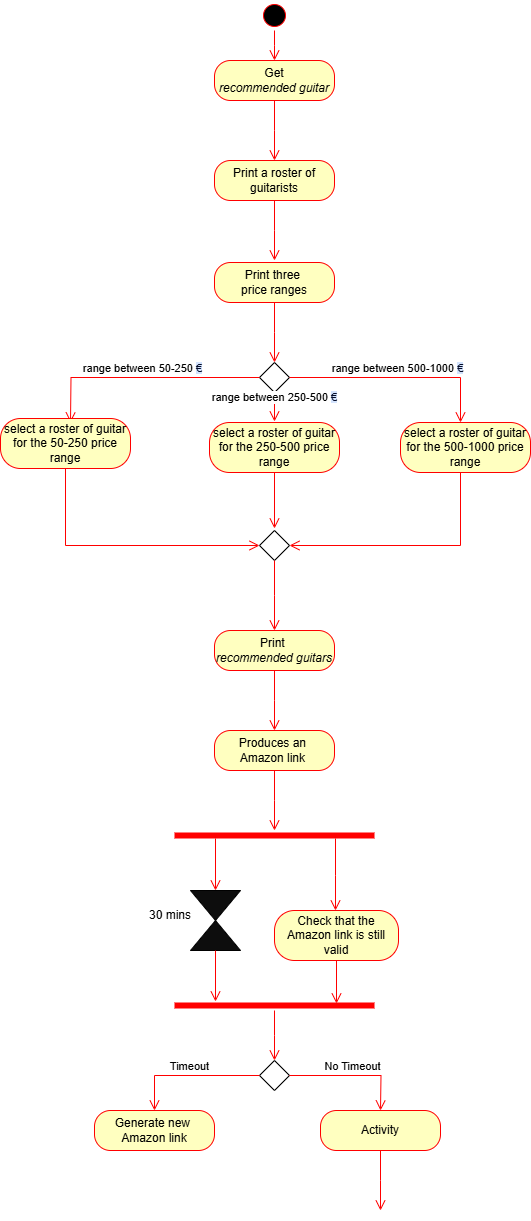
This is ActivityDiagramM.drawio.png from TizianoLilli/ISPW-Project, a draw.io export, as it was before one commit. Source tidied: cells renumbered, new cells last; positions are measured from the earlier drawing's top-left corner, leaving out a move shared by most shapes. Source of this version:
```xml
<mxGraphModel>
  <root>
    <mxCell id="0" />
    <mxCell id="1" parent="0" />
    <mxCell id="2" style="ellipse;html=1;shape=startState;fillColor=#000000;strokeColor=#ff0000;" parent="1" vertex="1">
      <mxGeometry x="259" width="30" height="30" as="geometry" />
    </mxCell>
    <mxCell id="3" style="edgeStyle=orthogonalEdgeStyle;html=1;verticalAlign=bottom;endArrow=open;endSize=8;strokeColor=#ff0000;rounded=0;" parent="1" edge="1" source="2">
      <mxGeometry relative="1" as="geometry">
        <mxPoint x="274" y="60" as="targetPoint" />
      </mxGeometry>
    </mxCell>
    <mxCell id="4" value="Get&lt;br&gt;&lt;i&gt;recommended guitar&lt;/i&gt;" style="rounded=1;whiteSpace=wrap;html=1;arcSize=40;fontColor=#000000;fillColor=#ffffc0;strokeColor=#ff0000;" parent="1" vertex="1">
      <mxGeometry x="214" y="60" width="120" height="40" as="geometry" />
    </mxCell>
    <mxCell id="5" style="edgeStyle=orthogonalEdgeStyle;html=1;verticalAlign=bottom;endArrow=open;endSize=8;strokeColor=#ff0000;rounded=0;" parent="1" edge="1" source="4">
      <mxGeometry relative="1" as="geometry">
        <mxPoint x="274" y="160" as="targetPoint" />
      </mxGeometry>
    </mxCell>
    <mxCell id="6" value="Print three&amp;nbsp;&lt;div&gt;price ranges&lt;/div&gt;" style="rounded=1;whiteSpace=wrap;html=1;arcSize=40;fontColor=#000000;fillColor=#ffffc0;strokeColor=#ff0000;" parent="1" vertex="1">
      <mxGeometry x="214" y="262" width="120" height="40" as="geometry" />
    </mxCell>
    <mxCell id="7" style="edgeStyle=orthogonalEdgeStyle;html=1;verticalAlign=bottom;endArrow=open;endSize=8;strokeColor=#ff0000;rounded=0;" parent="1" edge="1" source="6">
      <mxGeometry relative="1" as="geometry">
        <mxPoint x="274" y="362" as="targetPoint" />
      </mxGeometry>
    </mxCell>
    <mxCell id="8" style="rhombus;whiteSpace=wrap;html=1;" parent="1" vertex="1">
      <mxGeometry x="259" y="362" width="30" height="30" as="geometry" />
    </mxCell>
    <mxCell id="9" value="range between 500-1000&amp;nbsp;&lt;span style=&quot;text-wrap-mode: wrap; background-image: linear-gradient(90deg, rgb(211, 227, 253) 50%, rgba(0, 0, 0, 0) 50%); background-position: 0% 0px; background-size: 200% 100%; background-repeat: no-repeat; background-attachment: initial; background-origin: initial; background-clip: initial; color: rgb(4, 12, 40); animation: 0.75s cubic-bezier(0.05, 0.7, 0.1, 1) 0.25s 1 normal forwards running highlight; text-align: left;&quot;&gt;€&lt;/span&gt;" style="edgeStyle=orthogonalEdgeStyle;html=1;verticalAlign=bottom;endArrow=open;endSize=8;strokeColor=#ff0000;rounded=0;exitX=1;exitY=0.5;exitDx=0;exitDy=0;" parent="1" edge="1" source="8">
      <mxGeometry relative="1" as="geometry">
        <mxPoint x="460" y="422" as="targetPoint" />
        <Array as="points">
          <mxPoint x="460" y="377" />
          <mxPoint x="460" y="422" />
        </Array>
      </mxGeometry>
    </mxCell>
    <mxCell id="10" style="edgeStyle=orthogonalEdgeStyle;html=1;verticalAlign=bottom;endArrow=open;endSize=8;strokeColor=#ff0000;rounded=0;entryX=1;entryY=0.5;entryDx=0;entryDy=0;" parent="1" edge="1" target="20">
      <mxGeometry relative="1" as="geometry">
        <mxPoint x="460" y="458" as="sourcePoint" />
        <Array as="points">
          <mxPoint x="460" y="545" />
        </Array>
      </mxGeometry>
    </mxCell>
    <mxCell id="11" value="range between 250-500&amp;nbsp;&lt;span style=&quot;text-wrap-mode: wrap; background-image: linear-gradient(90deg, rgb(211, 227, 253) 50%, rgba(0, 0, 0, 0) 50%); background-position: 0% 0px; background-size: 200% 100%; background-repeat: no-repeat; background-attachment: initial; background-origin: initial; background-clip: initial; color: rgb(4, 12, 40); animation: 0.75s cubic-bezier(0.05, 0.7, 0.1, 1) 0.25s 1 normal forwards running highlight; text-align: left;&quot;&gt;€&lt;/span&gt;" style="edgeStyle=orthogonalEdgeStyle;html=1;verticalAlign=bottom;endArrow=open;endSize=8;strokeColor=#ff0000;rounded=0;exitX=0.5;exitY=1;exitDx=0;exitDy=0;" parent="1" edge="1">
      <mxGeometry relative="1" as="geometry">
        <mxPoint x="274" y="391" as="sourcePoint" />
        <mxPoint x="274" y="421" as="targetPoint" />
      </mxGeometry>
    </mxCell>
    <mxCell id="12" style="edgeStyle=orthogonalEdgeStyle;html=1;verticalAlign=bottom;endArrow=open;endSize=8;strokeColor=#ff0000;rounded=0;" parent="1" edge="1">
      <mxGeometry relative="1" as="geometry">
        <mxPoint x="274" y="458" as="sourcePoint" />
        <mxPoint x="274" y="528" as="targetPoint" />
      </mxGeometry>
    </mxCell>
    <mxCell id="13" value="range between 50-250&amp;nbsp;&lt;span style=&quot;background-image: linear-gradient(90deg, rgb(211, 227, 253) 50%, rgba(0, 0, 0, 0) 50%); background-position: 0% 0px; background-size: 200% 100%; background-repeat: no-repeat; background-attachment: initial; background-origin: initial; background-clip: initial; color: rgb(4, 12, 40); animation: 0.75s cubic-bezier(0.05, 0.7, 0.1, 1) 0.25s 1 normal forwards running highlight; text-align: left; text-wrap-mode: wrap; background-color: rgb(255, 255, 255);&quot;&gt;&lt;font style=&quot;font-size: 11px;&quot;&gt;€&lt;/font&gt;&lt;/span&gt;" style="edgeStyle=orthogonalEdgeStyle;html=1;verticalAlign=bottom;endArrow=open;endSize=8;strokeColor=#ff0000;rounded=0;exitX=0;exitY=0.5;exitDx=0;exitDy=0;" parent="1" edge="1" source="8">
      <mxGeometry relative="1" as="geometry">
        <mxPoint x="70" y="422" as="targetPoint" />
      </mxGeometry>
    </mxCell>
    <mxCell id="14" value="select a roster of guitar for the 50-250 price range" style="rounded=1;whiteSpace=wrap;html=1;arcSize=40;fontColor=#000000;fillColor=#ffffc0;strokeColor=#ff0000;" parent="1" vertex="1">
      <mxGeometry y="418" width="130" height="50" as="geometry" />
    </mxCell>
    <mxCell id="15" style="edgeStyle=orthogonalEdgeStyle;html=1;verticalAlign=bottom;endArrow=open;endSize=8;strokeColor=#ff0000;rounded=0;entryX=0;entryY=0.5;entryDx=0;entryDy=0;" parent="1" edge="1" target="20">
      <mxGeometry relative="1" as="geometry">
        <mxPoint x="65" y="468" as="sourcePoint" />
        <Array as="points">
          <mxPoint x="65" y="545" />
        </Array>
      </mxGeometry>
    </mxCell>
    <mxCell id="16" value="select a roster of guitar for the 250-500 price range" style="rounded=1;whiteSpace=wrap;html=1;arcSize=40;fontColor=#000000;fillColor=#ffffc0;strokeColor=#ff0000;" parent="1" vertex="1">
      <mxGeometry x="209" y="422" width="130" height="50" as="geometry" />
    </mxCell>
    <mxCell id="17" value="select a roster of guitar for the 500-1000 price range" style="rounded=1;whiteSpace=wrap;html=1;arcSize=40;fontColor=#000000;fillColor=#ffffc0;strokeColor=#ff0000;" parent="1" vertex="1">
      <mxGeometry x="400" y="422" width="130" height="50" as="geometry" />
    </mxCell>
    <mxCell id="18" value="Print a roster of guitarists" style="rounded=1;whiteSpace=wrap;html=1;arcSize=40;fontColor=#000000;fillColor=#ffffc0;strokeColor=#ff0000;" parent="1" vertex="1">
      <mxGeometry x="214" y="160" width="120" height="40" as="geometry" />
    </mxCell>
    <mxCell id="19" style="edgeStyle=orthogonalEdgeStyle;html=1;verticalAlign=bottom;endArrow=open;endSize=8;strokeColor=#ff0000;rounded=0;" parent="1" edge="1" source="18">
      <mxGeometry relative="1" as="geometry">
        <mxPoint x="274" y="260" as="targetPoint" />
      </mxGeometry>
    </mxCell>
    <mxCell id="20" style="rhombus;whiteSpace=wrap;html=1;" parent="1" vertex="1">
      <mxGeometry x="259" y="530" width="30" height="30" as="geometry" />
    </mxCell>
    <mxCell id="21" style="edgeStyle=orthogonalEdgeStyle;html=1;verticalAlign=bottom;endArrow=open;endSize=8;strokeColor=#ff0000;rounded=0;exitX=0.5;exitY=1;exitDx=0;exitDy=0;" parent="1" edge="1" source="20">
      <mxGeometry relative="1" as="geometry">
        <mxPoint x="274" y="630" as="targetPoint" />
      </mxGeometry>
    </mxCell>
    <mxCell id="22" value="Print&amp;nbsp;&lt;div&gt;&lt;i&gt;recommended guitars&lt;/i&gt;&lt;/div&gt;" style="rounded=1;whiteSpace=wrap;html=1;arcSize=40;fontColor=#000000;fillColor=#ffffc0;strokeColor=#ff0000;" parent="1" vertex="1">
      <mxGeometry x="214" y="630" width="120" height="40" as="geometry" />
    </mxCell>
    <mxCell id="23" style="edgeStyle=orthogonalEdgeStyle;html=1;verticalAlign=bottom;endArrow=open;endSize=8;strokeColor=#ff0000;rounded=0;" parent="1" edge="1" source="22">
      <mxGeometry relative="1" as="geometry">
        <mxPoint x="274" y="730" as="targetPoint" />
      </mxGeometry>
    </mxCell>
    <mxCell id="24" value="Produces an&amp;nbsp;&lt;div&gt;Amazon link&amp;nbsp;&lt;/div&gt;" style="rounded=1;whiteSpace=wrap;html=1;arcSize=40;fontColor=#000000;fillColor=#ffffc0;strokeColor=#ff0000;" parent="1" vertex="1">
      <mxGeometry x="214" y="730" width="120" height="40" as="geometry" />
    </mxCell>
    <mxCell id="25" style="edgeStyle=orthogonalEdgeStyle;html=1;verticalAlign=bottom;endArrow=open;endSize=8;strokeColor=#ff0000;rounded=0;" parent="1" edge="1" source="24">
      <mxGeometry relative="1" as="geometry">
        <mxPoint x="274" y="830" as="targetPoint" />
      </mxGeometry>
    </mxCell>
    <mxCell id="26" style="shape=line;html=1;strokeWidth=6;strokeColor=#ff0000;" parent="1" vertex="1">
      <mxGeometry x="174" y="830" width="200" height="10" as="geometry" />
    </mxCell>
    <mxCell id="27" style="edgeStyle=orthogonalEdgeStyle;html=1;verticalAlign=bottom;endArrow=open;endSize=8;strokeColor=#ff0000;rounded=0;exitX=0.805;exitY=0.8;exitDx=0;exitDy=0;exitPerimeter=0;" parent="1" edge="1" source="26">
      <mxGeometry relative="1" as="geometry">
        <mxPoint x="335" y="910" as="targetPoint" />
      </mxGeometry>
    </mxCell>
    <mxCell id="28" value="Check that the Amazon link is still valid" style="rounded=1;whiteSpace=wrap;html=1;arcSize=40;fontColor=#000000;fillColor=#ffffc0;strokeColor=#ff0000;" parent="1" vertex="1">
      <mxGeometry x="274" y="910" width="124" height="50" as="geometry" />
    </mxCell>
    <mxCell id="29" style="edgeStyle=orthogonalEdgeStyle;html=1;verticalAlign=bottom;endArrow=open;endSize=8;strokeColor=#ff0000;rounded=0;exitX=0.5;exitY=1;exitDx=0;exitDy=0;entryX=0.81;entryY=0.3;entryDx=0;entryDy=0;entryPerimeter=0;" parent="1" edge="1" source="28" target="36">
      <mxGeometry relative="1" as="geometry" />
    </mxCell>
    <mxCell id="30" style="rhombus;whiteSpace=wrap;html=1;" parent="1" vertex="1">
      <mxGeometry x="259" y="1060" width="30" height="30" as="geometry" />
    </mxCell>
    <mxCell id="31" style="triangle;whiteSpace=wrap;html=1;fillColor=#0d0d0d;direction=south;" parent="1" vertex="1">
      <mxGeometry x="190" y="890" width="50" height="30" as="geometry" />
    </mxCell>
    <mxCell id="32" style="triangle;whiteSpace=wrap;html=1;fillColor=#0d0d0d;direction=north;" parent="1" vertex="1">
      <mxGeometry x="190" y="920" width="50" height="30" as="geometry" />
    </mxCell>
    <mxCell id="33" style="edgeStyle=orthogonalEdgeStyle;html=1;verticalAlign=bottom;endArrow=open;endSize=8;strokeColor=#ff0000;rounded=0;entryX=0;entryY=0.5;entryDx=0;entryDy=0;exitX=0.205;exitY=0.8;exitDx=0;exitDy=0;exitPerimeter=0;" parent="1" edge="1" source="26" target="31">
      <mxGeometry relative="1" as="geometry" />
    </mxCell>
    <mxCell id="34" value="30 mins" style="text;html=1;align=center;verticalAlign=middle;whiteSpace=wrap;rounded=0;" parent="1" vertex="1">
      <mxGeometry x="140" y="900" width="60" height="30" as="geometry" />
    </mxCell>
    <mxCell id="35" style="edgeStyle=orthogonalEdgeStyle;html=1;verticalAlign=bottom;endArrow=open;endSize=8;strokeColor=#ff0000;rounded=0;entryX=0.205;entryY=0.1;entryDx=0;entryDy=0;exitX=0;exitY=0.5;exitDx=0;exitDy=0;entryPerimeter=0;" parent="1" edge="1" source="32" target="36">
      <mxGeometry relative="1" as="geometry" />
    </mxCell>
    <mxCell id="36" style="shape=line;html=1;strokeWidth=6;strokeColor=#ff0000;" parent="1" vertex="1">
      <mxGeometry x="174" y="1000" width="200" height="10" as="geometry" />
    </mxCell>
    <mxCell id="37" style="edgeStyle=orthogonalEdgeStyle;html=1;verticalAlign=bottom;endArrow=open;endSize=8;strokeColor=#ff0000;rounded=0;" parent="1" edge="1" source="36">
      <mxGeometry relative="1" as="geometry">
        <mxPoint x="274" y="1060" as="targetPoint" />
      </mxGeometry>
    </mxCell>
    <mxCell id="38" value="No Timeout" style="edgeStyle=orthogonalEdgeStyle;html=1;verticalAlign=bottom;endArrow=open;endSize=8;strokeColor=#ff0000;rounded=0;exitX=1;exitY=0.5;exitDx=0;exitDy=0;" parent="1" edge="1" source="30">
      <mxGeometry relative="1" as="geometry">
        <mxPoint x="380" y="1110" as="targetPoint" />
      </mxGeometry>
    </mxCell>
    <mxCell id="39" value="Activity" style="rounded=1;whiteSpace=wrap;html=1;arcSize=40;fontColor=#000000;fillColor=#ffffc0;strokeColor=#ff0000;" parent="1" vertex="1">
      <mxGeometry x="320" y="1110" width="120" height="40" as="geometry" />
    </mxCell>
    <mxCell id="40" style="edgeStyle=orthogonalEdgeStyle;html=1;verticalAlign=bottom;endArrow=open;endSize=8;strokeColor=#ff0000;rounded=0;" parent="1" edge="1" source="39">
      <mxGeometry relative="1" as="geometry">
        <mxPoint x="380" y="1210" as="targetPoint" />
      </mxGeometry>
    </mxCell>
    <mxCell id="41" value="Timeout" style="edgeStyle=orthogonalEdgeStyle;html=1;verticalAlign=bottom;endArrow=open;endSize=8;strokeColor=#ff0000;rounded=0;exitX=0;exitY=0.5;exitDx=0;exitDy=0;" parent="1" edge="1" source="30" target="42">
      <mxGeometry relative="1" as="geometry" />
    </mxCell>
    <mxCell id="42" value="Generate new&amp;nbsp;&lt;div&gt;Amazon link&lt;/div&gt;" style="rounded=1;whiteSpace=wrap;html=1;arcSize=40;fontColor=#000000;fillColor=#ffffc0;strokeColor=#ff0000;" parent="1" vertex="1">
      <mxGeometry x="94" y="1110" width="120" height="40" as="geometry" />
    </mxCell>
  </root>
</mxGraphModel>
```
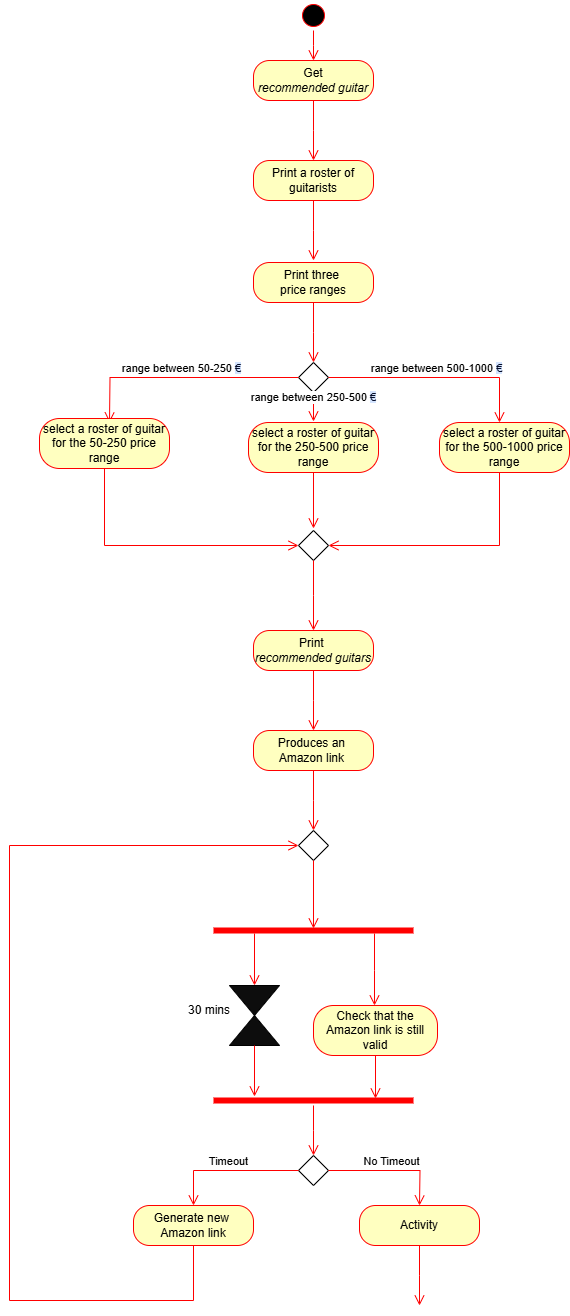
Above is the later version.

Diff of the diagram source:
```diff
@@ -113,63 +113,78 @@
       </mxGeometry>
     </mxCell>
     <mxCell id="26" style="shape=line;html=1;strokeWidth=6;strokeColor=#ff0000;" parent="1" vertex="1">
-      <mxGeometry x="174" y="830" width="200" height="10" as="geometry" />
+      <mxGeometry x="174" y="925" width="200" height="10" as="geometry" />
     </mxCell>
     <mxCell id="27" style="edgeStyle=orthogonalEdgeStyle;html=1;verticalAlign=bottom;endArrow=open;endSize=8;strokeColor=#ff0000;rounded=0;exitX=0.805;exitY=0.8;exitDx=0;exitDy=0;exitPerimeter=0;" parent="1" edge="1" source="26">
       <mxGeometry relative="1" as="geometry">
-        <mxPoint x="335" y="910" as="targetPoint" />
+        <mxPoint x="335" y="1005" as="targetPoint" />
       </mxGeometry>
     </mxCell>
     <mxCell id="28" value="Check that the Amazon link is still valid" style="rounded=1;whiteSpace=wrap;html=1;arcSize=40;fontColor=#000000;fillColor=#ffffc0;strokeColor=#ff0000;" parent="1" vertex="1">
-      <mxGeometry x="274" y="910" width="124" height="50" as="geometry" />
+      <mxGeometry x="274" y="1005" width="124" height="50" as="geometry" />
     </mxCell>
     <mxCell id="29" style="edgeStyle=orthogonalEdgeStyle;html=1;verticalAlign=bottom;endArrow=open;endSize=8;strokeColor=#ff0000;rounded=0;exitX=0.5;exitY=1;exitDx=0;exitDy=0;entryX=0.81;entryY=0.3;entryDx=0;entryDy=0;entryPerimeter=0;" parent="1" edge="1" source="28" target="36">
       <mxGeometry relative="1" as="geometry" />
     </mxCell>
     <mxCell id="30" style="rhombus;whiteSpace=wrap;html=1;" parent="1" vertex="1">
-      <mxGeometry x="259" y="1060" width="30" height="30" as="geometry" />
+      <mxGeometry x="259" y="1155" width="30" height="30" as="geometry" />
     </mxCell>
     <mxCell id="31" style="triangle;whiteSpace=wrap;html=1;fillColor=#0d0d0d;direction=south;" parent="1" vertex="1">
-      <mxGeometry x="190" y="890" width="50" height="30" as="geometry" />
+      <mxGeometry x="190" y="985" width="50" height="30" as="geometry" />
     </mxCell>
     <mxCell id="32" style="triangle;whiteSpace=wrap;html=1;fillColor=#0d0d0d;direction=north;" parent="1" vertex="1">
-      <mxGeometry x="190" y="920" width="50" height="30" as="geometry" />
+      <mxGeometry x="190" y="1015" width="50" height="30" as="geometry" />
     </mxCell>
     <mxCell id="33" style="edgeStyle=orthogonalEdgeStyle;html=1;verticalAlign=bottom;endArrow=open;endSize=8;strokeColor=#ff0000;rounded=0;entryX=0;entryY=0.5;entryDx=0;entryDy=0;exitX=0.205;exitY=0.8;exitDx=0;exitDy=0;exitPerimeter=0;" parent="1" edge="1" source="26" target="31">
       <mxGeometry relative="1" as="geometry" />
     </mxCell>
     <mxCell id="34" value="30 mins" style="text;html=1;align=center;verticalAlign=middle;whiteSpace=wrap;rounded=0;" parent="1" vertex="1">
-      <mxGeometry x="140" y="900" width="60" height="30" as="geometry" />
+      <mxGeometry x="140" y="995" width="60" height="30" as="geometry" />
     </mxCell>
     <mxCell id="35" style="edgeStyle=orthogonalEdgeStyle;html=1;verticalAlign=bottom;endArrow=open;endSize=8;strokeColor=#ff0000;rounded=0;entryX=0.205;entryY=0.1;entryDx=0;entryDy=0;exitX=0;exitY=0.5;exitDx=0;exitDy=0;entryPerimeter=0;" parent="1" edge="1" source="32" target="36">
       <mxGeometry relative="1" as="geometry" />
     </mxCell>
     <mxCell id="36" style="shape=line;html=1;strokeWidth=6;strokeColor=#ff0000;" parent="1" vertex="1">
-      <mxGeometry x="174" y="1000" width="200" height="10" as="geometry" />
+      <mxGeometry x="174" y="1095" width="200" height="10" as="geometry" />
     </mxCell>
     <mxCell id="37" style="edgeStyle=orthogonalEdgeStyle;html=1;verticalAlign=bottom;endArrow=open;endSize=8;strokeColor=#ff0000;rounded=0;" parent="1" edge="1" source="36">
       <mxGeometry relative="1" as="geometry">
-        <mxPoint x="274" y="1060" as="targetPoint" />
+        <mxPoint x="274" y="1155" as="targetPoint" />
       </mxGeometry>
     </mxCell>
     <mxCell id="38" value="No Timeout" style="edgeStyle=orthogonalEdgeStyle;html=1;verticalAlign=bottom;endArrow=open;endSize=8;strokeColor=#ff0000;rounded=0;exitX=1;exitY=0.5;exitDx=0;exitDy=0;" parent="1" edge="1" source="30">
       <mxGeometry relative="1" as="geometry">
-        <mxPoint x="380" y="1110" as="targetPoint" />
+        <mxPoint x="380" y="1205" as="targetPoint" />
       </mxGeometry>
     </mxCell>
     <mxCell id="39" value="Activity" style="rounded=1;whiteSpace=wrap;html=1;arcSize=40;fontColor=#000000;fillColor=#ffffc0;strokeColor=#ff0000;" parent="1" vertex="1">
-      <mxGeometry x="320" y="1110" width="120" height="40" as="geometry" />
+      <mxGeometry x="320" y="1205" width="120" height="40" as="geometry" />
     </mxCell>
     <mxCell id="40" style="edgeStyle=orthogonalEdgeStyle;html=1;verticalAlign=bottom;endArrow=open;endSize=8;strokeColor=#ff0000;rounded=0;" parent="1" edge="1" source="39">
       <mxGeometry relative="1" as="geometry">
-        <mxPoint x="380" y="1210" as="targetPoint" />
+        <mxPoint x="380" y="1305" as="targetPoint" />
       </mxGeometry>
     </mxCell>
     <mxCell id="41" value="Timeout" style="edgeStyle=orthogonalEdgeStyle;html=1;verticalAlign=bottom;endArrow=open;endSize=8;strokeColor=#ff0000;rounded=0;exitX=0;exitY=0.5;exitDx=0;exitDy=0;" parent="1" edge="1" source="30" target="42">
       <mxGeometry relative="1" as="geometry" />
     </mxCell>
     <mxCell id="42" value="Generate new&amp;nbsp;&lt;div&gt;Amazon link&lt;/div&gt;" style="rounded=1;whiteSpace=wrap;html=1;arcSize=40;fontColor=#000000;fillColor=#ffffc0;strokeColor=#ff0000;" parent="1" vertex="1">
-      <mxGeometry x="94" y="1110" width="120" height="40" as="geometry" />
+      <mxGeometry x="94" y="1205" width="120" height="40" as="geometry" />
     </mxCell>
+    <mxCell id="43" style="edgeStyle=orthogonalEdgeStyle;html=1;verticalAlign=bottom;endArrow=open;endSize=8;strokeColor=#ff0000;rounded=0;exitX=0.5;exitY=1;exitDx=0;exitDy=0;entryX=0;entryY=0.5;entryDx=0;entryDy=0;" parent="1" edge="1" source="42" target="44">
+      <mxGeometry relative="1" as="geometry">
+        <Array as="points">
+          <mxPoint x="154" y="1300" />
+          <mxPoint x="-30" y="1300" />
+          <mxPoint x="-30" y="845" />
+        </Array>
+      </mxGeometry>
+    </mxCell>
+    <mxCell id="44" style="rhombus;whiteSpace=wrap;html=1;" parent="1" vertex="1">
+      <mxGeometry x="259" y="830" width="30" height="30" as="geometry" />
+    </mxCell>
+    <mxCell id="45" style="edgeStyle=orthogonalEdgeStyle;html=1;verticalAlign=bottom;endArrow=open;endSize=8;strokeColor=#ff0000;rounded=0;entryX=0.5;entryY=0.3;entryDx=0;entryDy=0;entryPerimeter=0;exitX=0.5;exitY=1;exitDx=0;exitDy=0;" parent="1" edge="1" source="44" target="26">
+      <mxGeometry relative="1" as="geometry" />
+    </mxCell>
   </root>
 </mxGraphModel>
```
